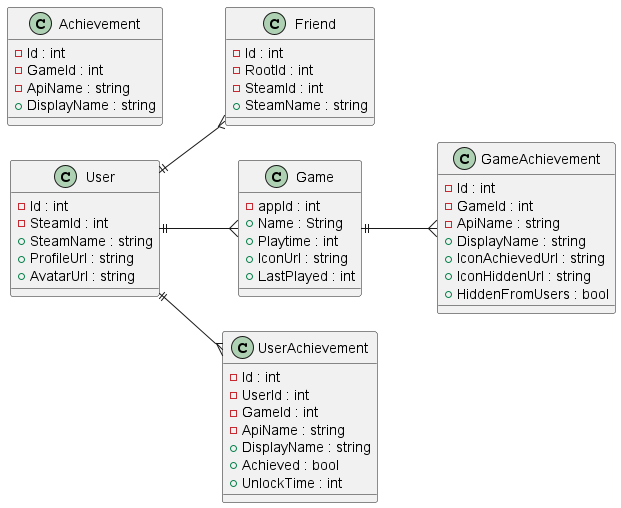
Earlier version of the PlantUML export Milestones/Milestone3/Data Model/Classes.png (SWoinowsky/ProjectTeamPlus).
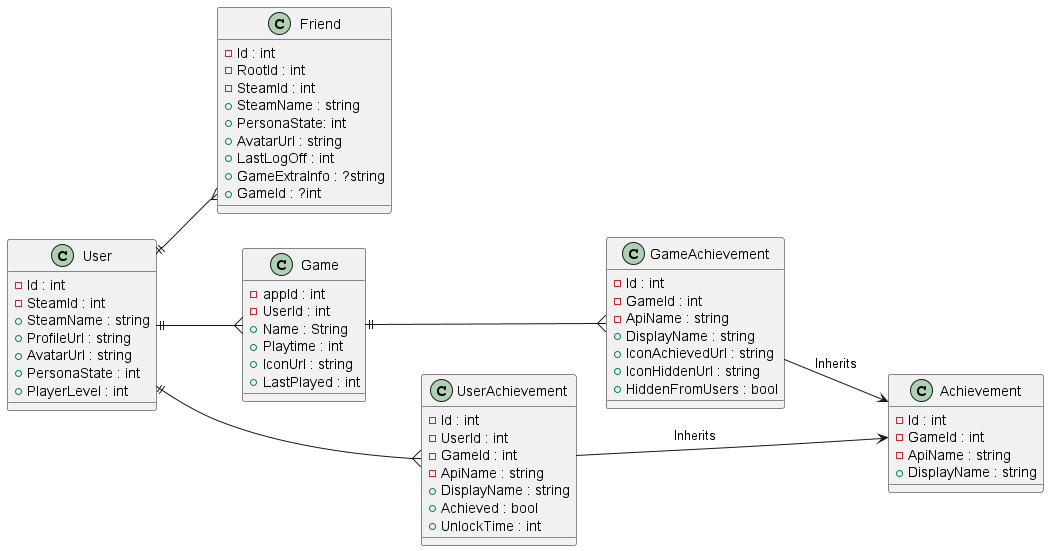
After the commit.

Commit message:
Updated Data Model to better reflect needed storage information

Diff of the diagram source:
```diff
@@ -8,6 +8,8 @@
     + SteamName : string
     + ProfileUrl : string
     + AvatarUrl : string
+    + PersonaState : int
+    + PlayerLevel : int
 }
 
 class Friend {
@@ -15,10 +17,17 @@
     - RootId : int
     - SteamId : int
     + SteamName : string
+    + PersonaState: int
+    + AvatarUrl : string
+    + LastLogOff : int
+    + GameExtraInfo : ?string
+    + GameId : ?int
+
 }
 
 class Game {
     - appId : int
+    - UserId : int
     + Name : String
     + Playtime : int
     + IconUrl : string
@@ -59,7 +68,8 @@
 User ||--{ UserAchievement
 User ||--{ Friend
 
-
+GameAchievement --> Achievement : Inherits
+UserAchievement --> Achievement : Inherits
 
 
 @enduml
```
